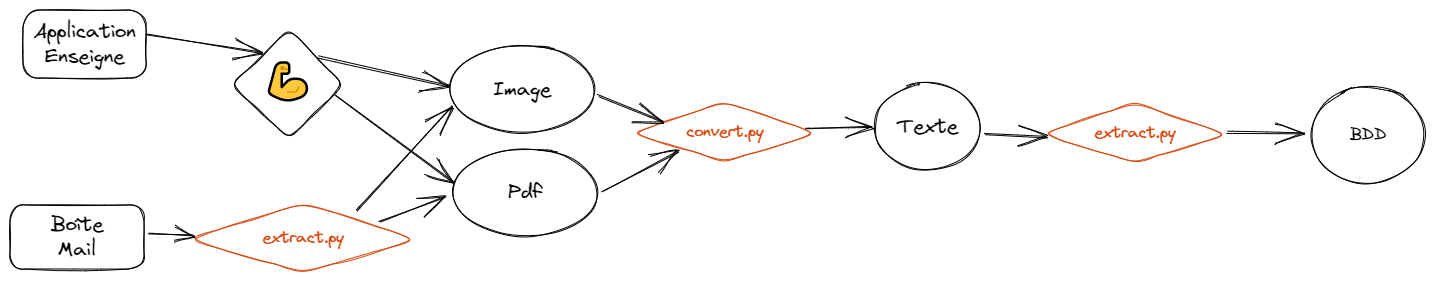
philippetony/tracktheprice keeps this Excalidraw diagram as recapitulatif1.excalidraw.png. Above is the earlier version. Source tidied: one line per element, renumbered; positions are measured from the earlier drawing's top-left corner, leaving out a move shared by most shapes. Its diagram source:
```json
{"id": 0, "type": "rectangle", "strokeColor": "#000000", "strokeWidth": 1, "roughness": 1, "round": true, "x": 0, "y": 195, "width": 134, "height": 64}
{"id": 1, "type": "text", "text": "Boîte\nMail", "strokeColor": "#000000", "strokeWidth": 1, "roughness": 1, "fontSize": 20, "fontFamily": 1, "textAlign": "center", "verticalAlign": "middle", "inside": 0, "x": 41, "y": 202, "width": 52, "height": 50}
{"id": 2, "type": "rectangle", "strokeColor": "#000000", "strokeWidth": 1, "roughness": 1, "round": true, "x": 13, "y": 0, "width": 123, "height": 68}
{"id": 3, "type": "text", "text": "Application\nEnseigne", "strokeColor": "#000000", "strokeWidth": 1, "roughness": 1, "fontSize": 20, "fontFamily": 1, "textAlign": "center", "verticalAlign": "middle", "inside": 2, "x": 24, "y": 9, "width": 102, "height": 50}
{"id": 4, "type": "ellipse", "strokeColor": "#000000", "strokeWidth": 1, "roughness": 1, "round": true, "x": 443, "y": 139, "width": 144, "height": 87}
{"id": 5, "type": "text", "text": "Pdf", "strokeColor": "#000000", "strokeWidth": 1, "roughness": 1, "fontSize": 20, "fontFamily": 1, "textAlign": "center", "verticalAlign": "middle", "inside": 4, "x": 498, "y": 170, "width": 34, "height": 25}
{"id": 6, "type": "ellipse", "strokeColor": "#000000", "strokeWidth": 1, "roughness": 1, "round": true, "x": 865, "y": 73, "width": 105, "height": 87}
{"id": 7, "type": "text", "text": "Texte", "strokeColor": "#000000", "strokeWidth": 1, "roughness": 1, "fontSize": 20, "fontFamily": 1, "textAlign": "center", "verticalAlign": "middle", "inside": 6, "x": 887, "y": 104, "width": 60, "height": 25}
{"id": 8, "type": "ellipse", "strokeColor": "#000000", "strokeWidth": 1, "roughness": 1, "round": true, "x": 440, "y": 36, "width": 144, "height": 87}
{"id": 9, "type": "text", "text": "Image", "strokeColor": "#000000", "strokeWidth": 1, "roughness": 1, "fontSize": 20, "fontFamily": 1, "textAlign": "center", "verticalAlign": "middle", "inside": 8, "x": 483, "y": 67, "width": 58, "height": 25}
{"id": 10, "type": "arrow", "strokeColor": "#000000", "strokeWidth": 1, "roughness": 1, "endArrowhead": "arrow", "round": true, "from": 2, "to": 18, "x": 137, "y": 25, "width": 115, "height": 18, "points": [[0, 0], [115, 18]]}
{"id": 11, "type": "arrow", "strokeColor": "#000000", "strokeWidth": 1, "roughness": 1, "endArrowhead": "arrow", "round": true, "from": 18, "to": 8, "x": 308, "y": 47, "width": 131, "height": 29, "points": [[0, 0], [131, 29]]}
{"id": 12, "type": "arrow", "strokeColor": "#000000", "strokeWidth": 1, "roughness": 1, "endArrowhead": "arrow", "round": true, "from": 18, "to": 4, "x": 325, "y": 84, "width": 119, "height": 89, "points": [[0, 0], [119, 89]]}
{"id": 13, "type": "arrow", "strokeColor": "#000000", "strokeWidth": 1, "roughness": 1, "endArrowhead": "arrow", "round": true, "from": 15, "to": 8, "x": 346, "y": 201, "width": 96, "height": 105, "points": [[0, 0], [96, -105]]}
{"id": 14, "type": "arrow", "strokeColor": "#000000", "strokeWidth": 1, "roughness": 1, "endArrowhead": "arrow", "round": true, "from": 15, "to": 4, "x": 369, "y": 212, "width": 66, "height": 25, "points": [[0, 0], [66, -25]]}
{"id": 15, "type": "diamond", "strokeColor": "#d9480f", "strokeWidth": 1, "roughness": 1, "round": true, "x": 179, "y": 193, "width": 228, "height": 70}
{"id": 16, "type": "text", "text": "extract.py", "strokeColor": "#d9480f", "strokeWidth": 1, "roughness": 1, "fontSize": 16, "fontFamily": 1, "textAlign": "center", "verticalAlign": "middle", "inside": 15, "x": 252, "y": 218, "width": 81, "height": 20}
{"id": 17, "type": "arrow", "strokeColor": "#000000", "strokeWidth": 1, "roughness": 1, "endArrowhead": "arrow", "round": true, "from": 0, "to": 15, "x": 139, "y": 223, "width": 45, "height": 2, "points": [[0, 0], [45, 2]]}
{"id": 18, "type": "diamond", "strokeColor": "#000000", "strokeWidth": 1, "roughness": 1, "round": true, "x": 222, "y": 19, "width": 112, "height": 110}
{"id": 19, "type": "text", "text": "💪", "strokeColor": "#000000", "strokeWidth": 1, "roughness": 1, "fontSize": 36, "fontFamily": 1, "textAlign": "center", "verticalAlign": "middle", "inside": 18, "x": 253, "y": 52, "width": 49, "height": 45}
{"id": 20, "type": "diamond", "strokeColor": "#d9480f", "strokeWidth": 1, "roughness": 1, "round": true, "x": 622, "y": 92, "width": 185, "height": 60}
{"id": 21, "type": "text", "text": "convert.py", "strokeColor": "#d9480f", "strokeWidth": 1, "roughness": 1, "fontSize": 16, "fontFamily": 1, "textAlign": "center", "verticalAlign": "middle", "inside": 20, "x": 676, "y": 112, "width": 77, "height": 20}
{"id": 22, "type": "diamond", "strokeColor": "#d9480f", "strokeWidth": 1, "roughness": 1, "round": true, "x": 1032, "y": 93, "width": 185, "height": 60}
{"id": 23, "type": "text", "text": "extract.py", "strokeColor": "#d9480f", "strokeWidth": 1, "roughness": 1, "fontSize": 16, "fontFamily": 1, "textAlign": "center", "verticalAlign": "middle", "inside": 22, "x": 1084, "y": 113, "width": 81, "height": 20}
{"id": 24, "type": "arrow", "strokeColor": "#000000", "strokeWidth": 1, "roughness": 1, "endArrowhead": "arrow", "round": true, "from": 8, "to": 20, "x": 588, "y": 85, "width": 64, "height": 27, "points": [[0, 0], [64, 27]]}
{"id": 25, "type": "arrow", "strokeColor": "#000000", "strokeWidth": 1, "roughness": 1, "endArrowhead": "arrow", "round": true, "from": 4, "to": 20, "x": 592, "y": 181, "width": 76, "height": 40, "points": [[0, 0], [76, -40]]}
{"id": 26, "type": "arrow", "strokeColor": "#000000", "strokeWidth": 1, "roughness": 1, "endArrowhead": "arrow", "round": true, "from": 20, "to": 6, "x": 797, "y": 118, "width": 64, "height": 0, "points": [[0, 0], [64, 0]]}
{"id": 27, "type": "arrow", "strokeColor": "#000000", "strokeWidth": 1, "roughness": 1, "endArrowhead": "arrow", "round": true, "from": 6, "to": 22, "x": 975, "y": 125, "width": 62, "height": 2, "points": [[0, 0], [62, 2]]}
{"id": 28, "type": "ellipse", "strokeColor": "#000000", "strokeWidth": 1, "roughness": 1, "round": true, "x": 1301, "y": 77, "width": 114, "height": 96}
{"id": 29, "type": "text", "text": "BDD", "strokeColor": "#000000", "strokeWidth": 1, "roughness": 1, "fontSize": 16, "fontFamily": 1, "textAlign": "center", "verticalAlign": "middle", "inside": 28, "x": 1340, "y": 115, "width": 37, "height": 20}
{"id": 30, "type": "arrow", "strokeColor": "#000000", "strokeWidth": 1, "roughness": 1, "endArrowhead": "arrow", "round": true, "from": 22, "to": 28, "x": 1217, "y": 122, "width": 77, "height": 2, "points": [[0, 0], [77, 2]]}
```
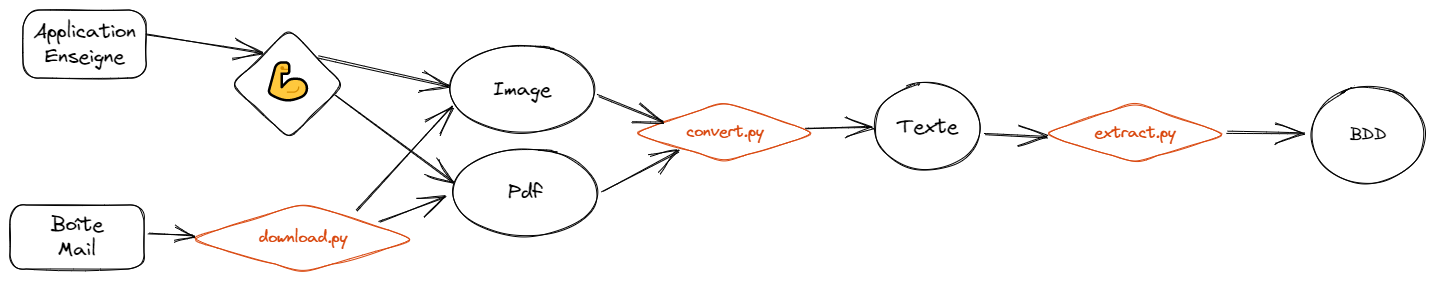
After the change.

Diff of the diagram source:
```diff
@@ -14,7 +14,7 @@
 {"id": 13, "type": "arrow", "strokeColor": "#000000", "strokeWidth": 1, "roughness": 1, "endArrowhead": "arrow", "round": true, "from": 15, "to": 8, "x": 346, "y": 201, "width": 96, "height": 105, "points": [[0, 0], [96, -105]]}
 {"id": 14, "type": "arrow", "strokeColor": "#000000", "strokeWidth": 1, "roughness": 1, "endArrowhead": "arrow", "round": true, "from": 15, "to": 4, "x": 369, "y": 212, "width": 66, "height": 25, "points": [[0, 0], [66, -25]]}
 {"id": 15, "type": "diamond", "strokeColor": "#d9480f", "strokeWidth": 1, "roughness": 1, "round": true, "x": 179, "y": 193, "width": 228, "height": 70}
-{"id": 16, "type": "text", "text": "extract.py", "strokeColor": "#d9480f", "strokeWidth": 1, "roughness": 1, "fontSize": 16, "fontFamily": 1, "textAlign": "center", "verticalAlign": "middle", "inside": 15, "x": 252, "y": 218, "width": 81, "height": 20}
+{"id": 16, "type": "text", "text": "download.py", "strokeColor": "#d9480f", "strokeWidth": 1, "roughness": 1, "fontSize": 16, "fontFamily": 1, "textAlign": "center", "verticalAlign": "middle", "inside": 15, "x": 249, "y": 218, "width": 88, "height": 20}
 {"id": 17, "type": "arrow", "strokeColor": "#000000", "strokeWidth": 1, "roughness": 1, "endArrowhead": "arrow", "round": true, "from": 0, "to": 15, "x": 139, "y": 223, "width": 45, "height": 2, "points": [[0, 0], [45, 2]]}
 {"id": 18, "type": "diamond", "strokeColor": "#000000", "strokeWidth": 1, "roughness": 1, "round": true, "x": 222, "y": 19, "width": 112, "height": 110}
 {"id": 19, "type": "text", "text": "💪", "strokeColor": "#000000", "strokeWidth": 1, "roughness": 1, "fontSize": 36, "fontFamily": 1, "textAlign": "center", "verticalAlign": "middle", "inside": 18, "x": 253, "y": 52, "width": 49, "height": 45}
```
